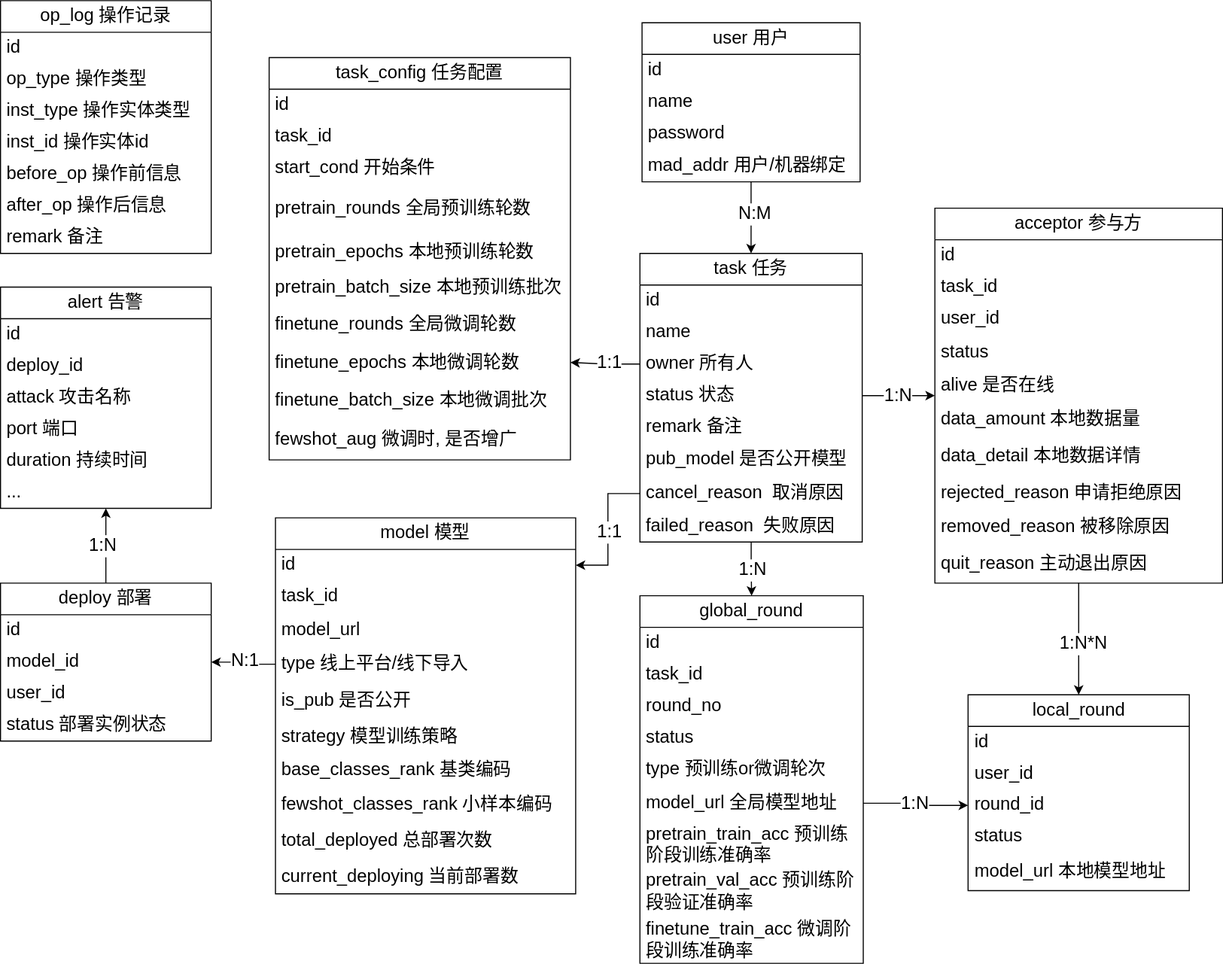
This is 数据库ER.svg from hiro942/drawio, a draw.io export, as it was before one commit. Source tidied: cells renumbered, new cells last; positions are measured from the earlier drawing's top-left corner, leaving out a move shared by most shapes.
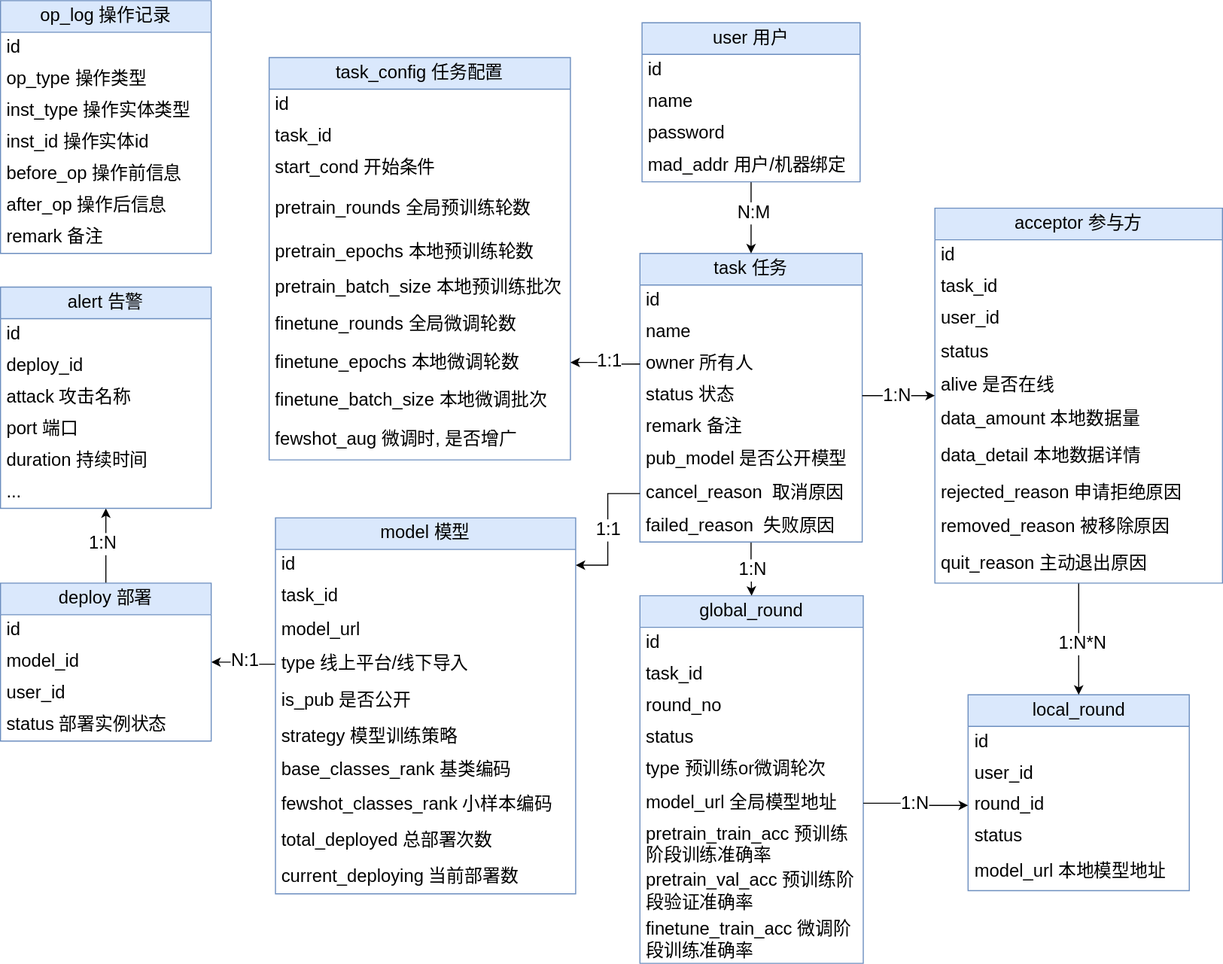
Above is the later version.

Commit message:
更新数据库ER.svg

The edit, as a diff of the source:
```diff
@@ -8,7 +8,7 @@
     <mxCell id="3" value="1:N" style="edgeLabel;html=1;align=center;verticalAlign=middle;fontSize=17;" parent="2" vertex="1">
       <mxGeometry x="0.03" relative="1" as="geometry" />
     </mxCell>
-    <mxCell id="4" value="task 任务" style="swimlane;fontStyle=0;horizontal=1;startSize=30;whiteSpace=wrap;html=1;fontSize=17;" parent="1" vertex="1">
+    <mxCell id="4" value="task 任务" style="swimlane;fontStyle=0;horizontal=1;startSize=30;whiteSpace=wrap;html=1;fontSize=17;fillColor=#dae8fc;strokeColor=#6c8ebf;" parent="1" vertex="1">
       <mxGeometry x="607" y="240" width="211" height="274" as="geometry" />
     </mxCell>
     <mxCell id="5" value="id" style="text;strokeColor=none;fillColor=none;align=left;verticalAlign=middle;spacingLeft=4;spacingRight=4;overflow=hidden;whiteSpace=wrap;html=1;fontSize=17;" parent="4" vertex="1">
@@ -41,7 +41,7 @@
     <mxCell id="14" value="N:M" style="edgeLabel;html=1;align=center;verticalAlign=middle;fontSize=17;" parent="13" vertex="1">
       <mxGeometry x="-0.14" y="2" relative="1" as="geometry" />
     </mxCell>
-    <mxCell id="15" value="user 用户" style="swimlane;fontStyle=0;horizontal=1;startSize=30;whiteSpace=wrap;html=1;fontSize=17;" parent="1" vertex="1">
+    <mxCell id="15" value="user 用户" style="swimlane;fontStyle=0;horizontal=1;startSize=30;whiteSpace=wrap;html=1;fontSize=17;fillColor=#dae8fc;strokeColor=#6c8ebf;" parent="1" vertex="1">
       <mxGeometry x="609" y="21" width="207" height="151" as="geometry" />
     </mxCell>
     <mxCell id="16" value="id" style="text;strokeColor=none;fillColor=none;align=left;verticalAlign=middle;spacingLeft=4;spacingRight=4;overflow=hidden;whiteSpace=wrap;html=1;fontSize=17;" parent="15" vertex="1">
@@ -56,7 +56,7 @@
     <mxCell id="19" value="mad_addr 用户/机器绑定" style="text;strokeColor=none;fillColor=none;align=left;verticalAlign=middle;spacingLeft=4;spacingRight=4;overflow=hidden;whiteSpace=wrap;html=1;fontSize=17;" parent="15" vertex="1">
       <mxGeometry y="120" width="207" height="31" as="geometry" />
     </mxCell>
-    <mxCell id="20" value="task_config 任务配置" style="swimlane;fontStyle=0;horizontal=1;startSize=30;whiteSpace=wrap;html=1;fontSize=17;" parent="1" vertex="1">
+    <mxCell id="20" value="task_config 任务配置" style="swimlane;fontStyle=0;horizontal=1;startSize=30;whiteSpace=wrap;html=1;fontSize=17;fillColor=#dae8fc;strokeColor=#6c8ebf;" parent="1" vertex="1">
       <mxGeometry x="255" y="54" width="286" height="382" as="geometry" />
     </mxCell>
     <mxCell id="21" value="id" style="text;strokeColor=none;fillColor=none;align=left;verticalAlign=middle;spacingLeft=4;spacingRight=4;overflow=hidden;whiteSpace=wrap;html=1;fontSize=17;" parent="20" vertex="1">
@@ -89,7 +89,7 @@
     <mxCell id="30" value="fewshot_aug 微调时, 是否增广" style="text;strokeColor=none;fillColor=none;align=left;verticalAlign=middle;spacingLeft=4;spacingRight=4;overflow=hidden;whiteSpace=wrap;html=1;fontSize=17;" parent="20" vertex="1">
       <mxGeometry y="343" width="286" height="39" as="geometry" />
     </mxCell>
-    <mxCell id="31" value="global_round" style="swimlane;fontStyle=0;horizontal=1;startSize=30;whiteSpace=wrap;html=1;fontSize=17;" parent="1" vertex="1">
+    <mxCell id="31" value="global_round" style="swimlane;fontStyle=0;horizontal=1;startSize=30;whiteSpace=wrap;html=1;fontSize=17;fillColor=#dae8fc;strokeColor=#6c8ebf;" parent="1" vertex="1">
       <mxGeometry x="607" y="565" width="212" height="349" as="geometry" />
     </mxCell>
     <mxCell id="32" value="id" style="text;strokeColor=none;fillColor=none;align=left;verticalAlign=middle;spacingLeft=4;spacingRight=4;overflow=hidden;whiteSpace=wrap;html=1;fontSize=17;" parent="31" vertex="1">
@@ -119,7 +119,7 @@
     <mxCell id="40" value="finetune_train_acc 微调阶段训练准确率" style="text;strokeColor=none;fillColor=none;align=left;verticalAlign=middle;spacingLeft=4;spacingRight=4;overflow=hidden;whiteSpace=wrap;html=1;fontSize=17;" parent="31" vertex="1">
       <mxGeometry y="304" width="212" height="45" as="geometry" />
     </mxCell>
-    <mxCell id="41" value="local_round" style="swimlane;fontStyle=0;horizontal=1;startSize=30;whiteSpace=wrap;html=1;fontSize=17;" parent="1" vertex="1">
+    <mxCell id="41" value="local_round" style="swimlane;fontStyle=0;horizontal=1;startSize=30;whiteSpace=wrap;html=1;fontSize=17;fillColor=#dae8fc;strokeColor=#6c8ebf;" parent="1" vertex="1">
       <mxGeometry x="918.5" y="659" width="210" height="186" as="geometry" />
     </mxCell>
     <mxCell id="42" value="id" style="text;strokeColor=none;fillColor=none;align=left;verticalAlign=middle;spacingLeft=4;spacingRight=4;overflow=hidden;whiteSpace=wrap;html=1;fontSize=17;" parent="41" vertex="1">
@@ -153,7 +153,7 @@
         <mxPoint y="1" as="offset" />
       </mxGeometry>
     </mxCell>
-    <mxCell id="51" value="acceptor 参与方" style="swimlane;fontStyle=0;horizontal=1;startSize=30;whiteSpace=wrap;html=1;fontSize=17;" parent="1" vertex="1">
+    <mxCell id="51" value="acceptor 参与方" style="swimlane;fontStyle=0;horizontal=1;startSize=30;whiteSpace=wrap;html=1;fontSize=17;fillColor=#dae8fc;strokeColor=#6c8ebf;" parent="1" vertex="1">
       <mxGeometry x="887" y="197" width="273" height="356" as="geometry" />
     </mxCell>
     <mxCell id="52" value="id" style="text;strokeColor=none;fillColor=none;align=left;verticalAlign=middle;spacingLeft=4;spacingRight=4;overflow=hidden;whiteSpace=wrap;html=1;fontSize=17;" parent="51" vertex="1">
@@ -200,7 +200,7 @@
     <mxCell id="65" value="N:1" style="edgeLabel;html=1;align=center;verticalAlign=middle;fontSize=17;" parent="64" vertex="1">
       <mxGeometry x="0.03" y="-2" relative="1" as="geometry" />
     </mxCell>
-    <mxCell id="66" value="model 模型" style="swimlane;fontStyle=0;horizontal=1;startSize=30;whiteSpace=wrap;html=1;fontSize=17;" parent="1" vertex="1">
+    <mxCell id="66" value="model 模型" style="swimlane;fontStyle=0;horizontal=1;startSize=30;whiteSpace=wrap;html=1;fontSize=17;fillColor=#dae8fc;strokeColor=#6c8ebf;" parent="1" vertex="1">
       <mxGeometry x="261" y="491" width="285" height="357" as="geometry" />
     </mxCell>
     <mxCell id="67" value="id" style="text;strokeColor=none;fillColor=none;align=left;verticalAlign=middle;spacingLeft=4;spacingRight=4;overflow=hidden;points=[[0,0.5],[1,0.5]];portConstraint=eastwest;whiteSpace=wrap;html=1;fontSize=17;" parent="66" vertex="1">
@@ -239,7 +239,7 @@
     <mxCell id="78" value="1:N" style="edgeLabel;html=1;align=center;verticalAlign=middle;fontSize=17;" parent="77" vertex="1">
       <mxGeometry x="0.04" y="4" relative="1" as="geometry" />
     </mxCell>
-    <mxCell id="79" value="deploy 部署" style="swimlane;fontStyle=0;horizontal=1;startSize=30;whiteSpace=wrap;html=1;fontSize=17;" parent="1" vertex="1">
+    <mxCell id="79" value="deploy 部署" style="swimlane;fontStyle=0;horizontal=1;startSize=30;whiteSpace=wrap;html=1;fontSize=17;fillColor=#dae8fc;strokeColor=#6c8ebf;" parent="1" vertex="1">
       <mxGeometry y="553" width="200" height="150" as="geometry" />
     </mxCell>
     <mxCell id="80" value="id" style="text;strokeColor=none;fillColor=none;align=left;verticalAlign=middle;spacingLeft=4;spacingRight=4;overflow=hidden;whiteSpace=wrap;html=1;fontSize=17;" parent="79" vertex="1">
@@ -254,7 +254,7 @@
     <mxCell id="83" value="status 部署实例状态" style="text;strokeColor=none;fillColor=none;align=left;verticalAlign=middle;spacingLeft=4;spacingRight=4;overflow=hidden;whiteSpace=wrap;html=1;fontSize=17;" parent="79" vertex="1">
       <mxGeometry y="120" width="200" height="30" as="geometry" />
     </mxCell>
-    <mxCell id="84" value="alert 告警" style="swimlane;fontStyle=0;horizontal=1;startSize=30;whiteSpace=wrap;html=1;fontSize=17;" parent="1" vertex="1">
+    <mxCell id="84" value="alert 告警" style="swimlane;fontStyle=0;horizontal=1;startSize=30;whiteSpace=wrap;html=1;fontSize=17;fillColor=#dae8fc;strokeColor=#6c8ebf;" parent="1" vertex="1">
       <mxGeometry y="272" width="200" height="210" as="geometry" />
     </mxCell>
     <mxCell id="85" value="id" style="text;strokeColor=none;fillColor=none;align=left;verticalAlign=middle;spacingLeft=4;spacingRight=4;overflow=hidden;whiteSpace=wrap;html=1;fontSize=17;" parent="84" vertex="1">
@@ -275,7 +275,7 @@
     <mxCell id="90" value="..." style="text;strokeColor=none;fillColor=none;align=left;verticalAlign=middle;spacingLeft=4;spacingRight=4;overflow=hidden;whiteSpace=wrap;html=1;fontSize=17;" parent="84" vertex="1">
       <mxGeometry y="180" width="200" height="30" as="geometry" />
     </mxCell>
-    <mxCell id="91" value="op_log 操作记录" style="swimlane;fontStyle=0;horizontal=1;startSize=30;whiteSpace=wrap;html=1;fontSize=17;" parent="1" vertex="1">
+    <mxCell id="91" value="op_log 操作记录" style="swimlane;fontStyle=0;horizontal=1;startSize=30;whiteSpace=wrap;html=1;fontSize=17;fillColor=#dae8fc;strokeColor=#6c8ebf;" parent="1" vertex="1">
       <mxGeometry width="200" height="240" as="geometry" />
     </mxCell>
     <mxCell id="92" value="id" style="text;strokeColor=none;fillColor=none;align=left;verticalAlign=middle;spacingLeft=4;spacingRight=4;overflow=hidden;whiteSpace=wrap;html=1;fontSize=17;" parent="91" vertex="1">
```
